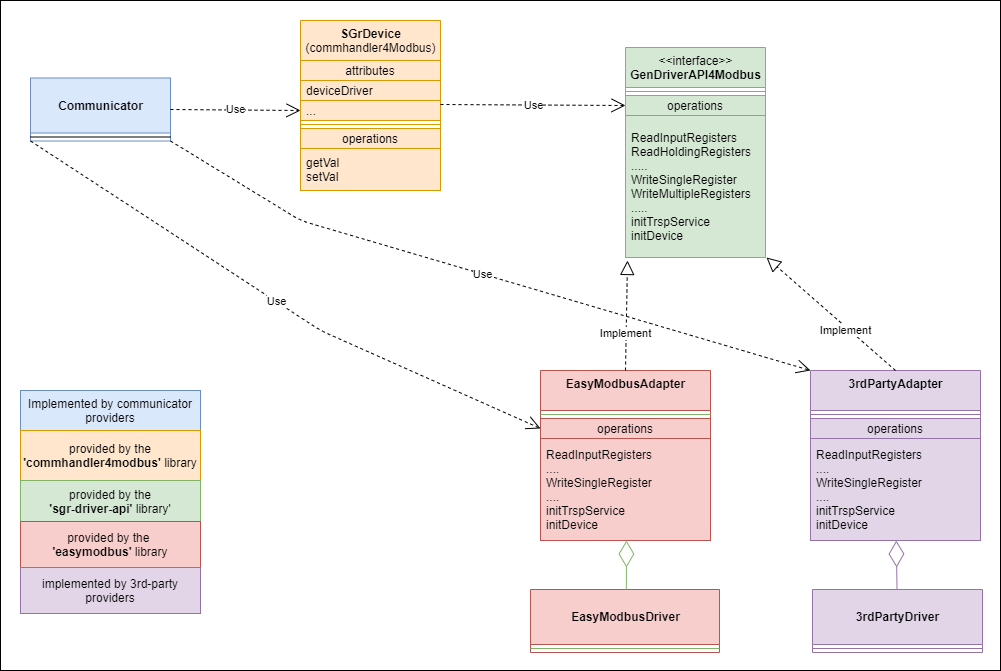
This is GenDriverAPI/SGrGenericDeviceDriver.png from SmartGridready/SGrJavaDrivers, a draw.io export, as it was before one commit. Source tidied: cells renumbered, new cells last; positions are measured from the earlier drawing's top-left corner, leaving out a move shared by most shapes.
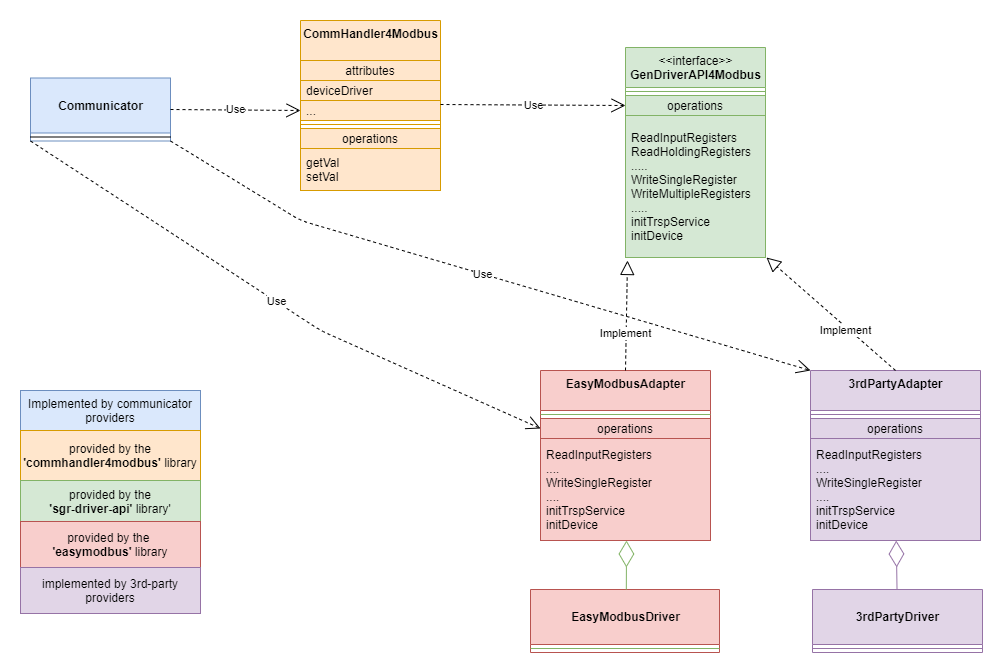
Later version of the same file.

The edit, as a diff of the source:
```diff
@@ -2,7 +2,7 @@
   <root>
     <mxCell id="0" />
     <mxCell id="1" parent="0" />
-    <mxCell id="2" style="rounded=0;whiteSpace=wrap;html=1;" parent="1" vertex="1">
+    <mxCell id="2" style="rounded=0;whiteSpace=wrap;html=1;strokeColor=none;" parent="1" vertex="1">
       <mxGeometry width="1000" height="670" as="geometry" />
     </mxCell>
     <mxCell id="3" value="&amp;lt;&amp;lt;interface&amp;gt;&amp;gt;&lt;br&gt;&lt;b&gt;GenDriverAPI4Modbus&lt;/b&gt;" style="swimlane;fontStyle=0;align=center;verticalAlign=top;horizontal=1;startSize=40;html=1;fillColor=#d5e8d4;strokeColor=#82b366;" parent="1" vertex="1">
@@ -17,7 +17,7 @@
     <mxCell id="6" value="ReadInputRegisters&lt;br&gt;ReadHoldingRegisters&lt;br&gt;.....&lt;br&gt;WriteSingleRegister&lt;br&gt;WriteMultipleRegisters&lt;br&gt;.....&lt;br&gt;initTrspService&lt;br&gt;initDevice&lt;br&gt;" style="text;html=1;strokeColor=#82b366;fillColor=#d5e8d4;align=left;verticalAlign=middle;spacingLeft=4;spacingRight=4;overflow=hidden;points=[[0,0.5],[1,0.5]];portConstraint=eastwest;" parent="3" vertex="1">
       <mxGeometry y="68" width="140" height="142" as="geometry" />
     </mxCell>
-    <mxCell id="7" value="&lt;b&gt;SGrDevice&lt;/b&gt;&lt;br&gt;(commhandler4Modbus)" style="swimlane;fontStyle=0;align=center;verticalAlign=top;horizontal=1;startSize=40;html=1;fillColor=#ffe6cc;strokeColor=#d79b00;" parent="1" vertex="1">
+    <mxCell id="7" value="&lt;b&gt;CommHandler4Modbus&lt;/b&gt;" style="swimlane;fontStyle=0;align=center;verticalAlign=top;horizontal=1;startSize=40;html=1;fillColor=#ffe6cc;strokeColor=#d79b00;" parent="1" vertex="1">
       <mxGeometry x="300" y="20" width="140" height="170" as="geometry" />
     </mxCell>
     <mxCell id="8" value="attributes" style="text;html=1;strokeColor=#d79b00;fillColor=#ffe6cc;align=center;verticalAlign=middle;spacingLeft=4;spacingRight=4;overflow=hidden;" parent="7" vertex="1">
```
